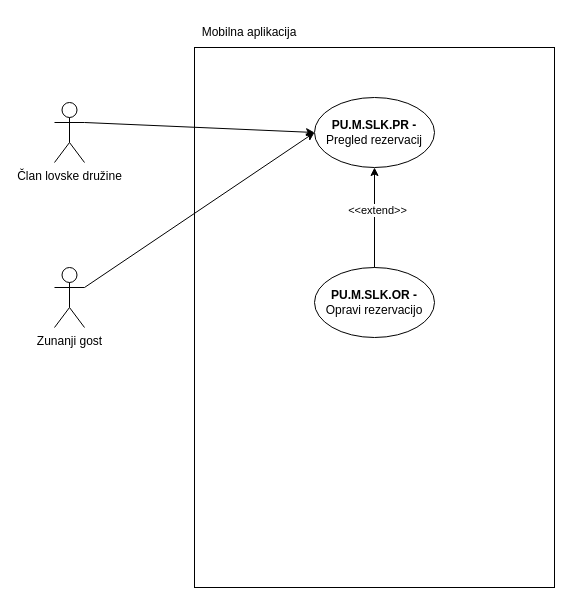
ErnestISv/Lovstvo keeps this draw.io diagram as Skrbnistvo lovskih koc-Mobilna aplikacija.drawio. Above is the earlier version. Source tidied: cells renumbered, new cells numbered last; positions are measured from the earlier drawing's top-left corner, leaving out a move shared by most shapes. Both pictures are drawn from the tidied source at 100%, with x=0, y=0 at pixel (54, 17).
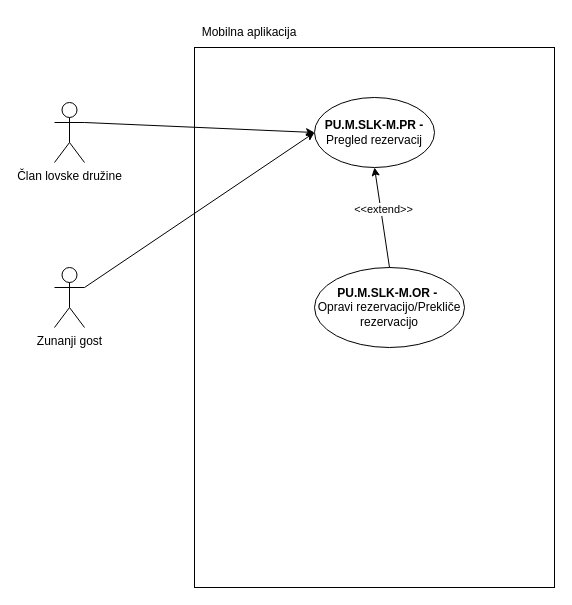
The same page after the edit.

What changed in the source:
```diff
@@
 <mxGraphModel>
   <root>
     <mxCell id="0" />
     <mxCell id="1" parent="0" />
     <mxCell id="2" style="rounded=0;whiteSpace=wrap;html=1;" parent="1" vertex="1">
       <mxGeometry x="140" y="30" width="360" height="540" as="geometry" />
     </mxCell>
-    <mxCell id="3" value="&lt;b&gt;PU.M.SLK.PR -&lt;/b&gt; Pregled rezervacij" style="ellipse;whiteSpace=wrap;html=1;" parent="1" vertex="1">
+    <mxCell id="3" value="&lt;b&gt;PU.M.SLK-M.PR -&lt;/b&gt; Pregled rezervacij" style="ellipse;whiteSpace=wrap;html=1;" parent="1" vertex="1">
       <mxGeometry x="260" y="80" width="120" height="70" as="geometry" />
     </mxCell>
-    <mxCell id="4" value="&lt;b&gt;PU.M.SLK.OR -&lt;/b&gt; Opravi rezervacijo" style="ellipse;whiteSpace=wrap;html=1;" parent="1" vertex="1">
-      <mxGeometry x="260" y="250" width="120" height="70" as="geometry" />
+    <mxCell id="4" value="&lt;b&gt;PU.M.SLK-M.&lt;/b&gt;&lt;b&gt;OR -&lt;/b&gt;&amp;nbsp;&lt;div&gt;Opravi rezervacijo/Prekliče rezervacijo&lt;/div&gt;" style="ellipse;whiteSpace=wrap;html=1;" parent="1" vertex="1">
+      <mxGeometry x="260" y="250" width="150" height="80" as="geometry" />
     </mxCell>
     <mxCell id="5" value="Mobilna aplikacija" style="text;html=1;align=center;verticalAlign=middle;whiteSpace=wrap;rounded=0;" parent="1" vertex="1">
       <mxGeometry x="140" width="110" height="30" as="geometry" />
     </mxCell>
     <mxCell id="6" style="endArrow=classic;html=1;rounded=0;exitX=0.5;exitY=0;exitDx=0;exitDy=0;entryX=0.5;entryY=1;entryDx=0;entryDy=0;" parent="1" edge="1" source="4" target="3">
       <mxGeometry relative="1" as="geometry" />
     </mxCell>
     <mxCell id="7" value="&amp;lt;&amp;lt;extend&amp;gt;&amp;gt;" style="edgeLabel;html=1;align=center;verticalAlign=middle;" parent="6" vertex="1">
       <mxGeometry x="0.16" y="-2" relative="1" as="geometry" />
     </mxCell>
     <mxCell id="8" value="Član lovske družine" style="shape=umlActor;verticalLabelPosition=bottom;verticalAlign=top;html=1;outlineConnect=0;" parent="1" vertex="1">
       <mxGeometry y="85" width="30" height="60" as="geometry" />
     </mxCell>
     <mxCell id="9" value="Zunanji gost" style="shape=umlActor;verticalLabelPosition=bottom;verticalAlign=top;html=1;outlineConnect=0;" parent="1" vertex="1">
       <mxGeometry y="250" width="30" height="60" as="geometry" />
     </mxCell>
     <mxCell id="10" style="endArrow=classic;html=1;rounded=0;exitX=1;exitY=0.3333333333333333;exitDx=0;exitDy=0;exitPerimeter=0;entryX=0;entryY=0.5;entryDx=0;entryDy=0;" parent="1" edge="1" source="8" target="3">
       <mxGeometry relative="1" as="geometry" />
     </mxCell>
     <mxCell id="11" style="endArrow=classic;html=1;rounded=0;exitX=1;exitY=0.3333333333333333;exitDx=0;exitDy=0;exitPerimeter=0;entryX=0;entryY=0.5;entryDx=0;entryDy=0;" parent="1" edge="1" source="9" target="3">
       <mxGeometry relative="1" as="geometry" />
     </mxCell>
   </root>
 </mxGraphModel>
```
